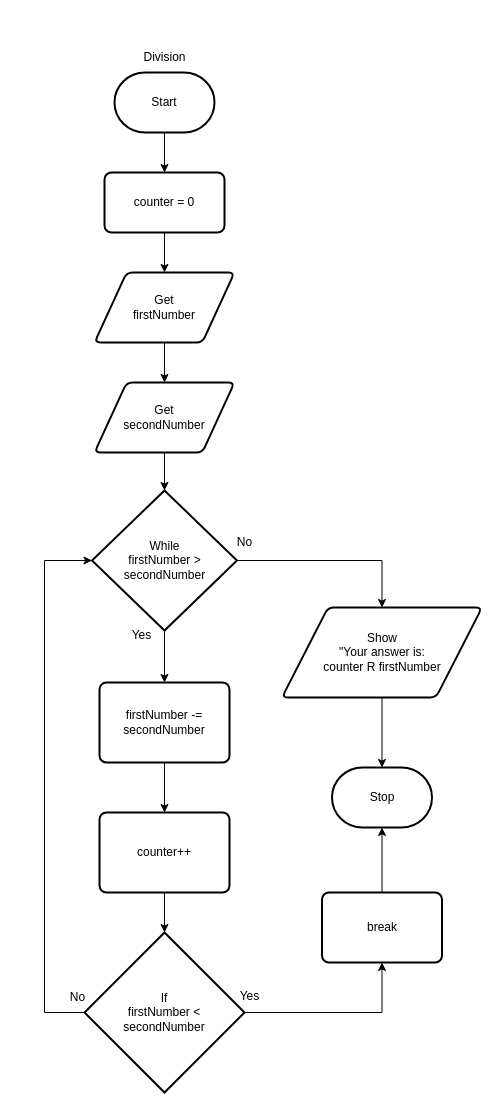
Before: design/flowchart.drawio in MTHS-ICD2O-1-2024/ICD2O-Unit-5-08-Ain-Jeong, a draw.io diagram. Source tidied: cells renumbered, new cells numbered last; positions are measured from the earlier drawing's top-left corner, leaving out a move shared by most shapes. Both pictures are drawn from the tidied source at 100%, with x=0, y=0 at pixel (44, 42).
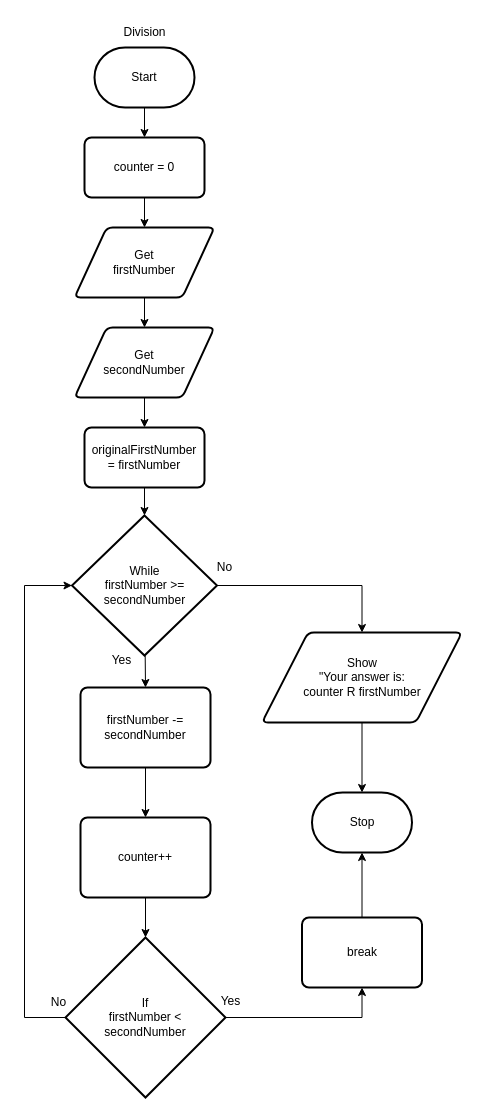
The same diagram, later.

The edit, as a diff of the source:
```diff
@@
     <mxCell id="3" value="Start" style="strokeWidth=2;html=1;shape=mxgraph.flowchart.terminator;whiteSpace=wrap;" parent="1" vertex="1">
-      <mxGeometry x="70" y="30" width="100" height="60" as="geometry" />
+      <mxGeometry x="50" y="5" width="100" height="60" as="geometry" />
     </mxCell>
     <mxCell id="4" value="Division" style="text;html=1;align=center;verticalAlign=middle;strokeColor=none;fillColor=none;" parent="1" vertex="1">
-      <mxGeometry x="85" width="70" height="30" as="geometry" />
+      <mxGeometry x="65" y="-25" width="70" height="30" as="geometry" />
     </mxCell>
@@
     <mxCell id="6" value="counter = 0" style="rounded=1;whiteSpace=wrap;html=1;absoluteArcSize=1;arcSize=14;strokeWidth=2;" parent="1" vertex="1">
-      <mxGeometry x="60" y="130" width="120" height="60" as="geometry" />
+      <mxGeometry x="40" y="95" width="120" height="60" as="geometry" />
     </mxCell>
@@
     <mxCell id="8" value="Get&lt;div&gt;firstNumber&lt;/div&gt;" style="shape=parallelogram;html=1;strokeWidth=2;perimeter=parallelogramPerimeter;whiteSpace=wrap;rounded=1;arcSize=12;size=0.23;" parent="1" vertex="1">
-      <mxGeometry x="50" y="230" width="140" height="70" as="geometry" />
+      <mxGeometry x="30" y="185" width="140" height="70" as="geometry" />
     </mxCell>
+    <mxCell id="30" style="edgeStyle=none;html=1;entryX=0.5;entryY=0;entryDx=0;entryDy=0;" parent="1" edge="1" source="9" target="31">
+      <mxGeometry relative="1" as="geometry" />
+    </mxCell>
     <mxCell id="9" value="Get&lt;div&gt;secondNumber&lt;/div&gt;" style="shape=parallelogram;html=1;strokeWidth=2;perimeter=parallelogramPerimeter;whiteSpace=wrap;rounded=1;arcSize=12;size=0.23;" parent="1" vertex="1">
-      <mxGeometry x="50" y="340" width="140" height="70" as="geometry" />
+      <mxGeometry x="30" y="285" width="140" height="70" as="geometry" />
     </mxCell>
@@
-    <mxCell id="12" value="While&lt;div&gt;firstNumber &amp;gt;&lt;/div&gt;&lt;div&gt;secondNumber&lt;/div&gt;" style="strokeWidth=2;html=1;shape=mxgraph.flowchart.decision;whiteSpace=wrap;" parent="1" vertex="1">
-      <mxGeometry x="47.5" y="448" width="145" height="140" as="geometry" />
+    <mxCell id="12" value="While&lt;div&gt;firstNumber &amp;gt;=&lt;/div&gt;&lt;div&gt;secondNumber&lt;/div&gt;" style="strokeWidth=2;html=1;shape=mxgraph.flowchart.decision;whiteSpace=wrap;" parent="1" vertex="1">
+      <mxGeometry x="27.5" y="473" width="145" height="140" as="geometry" />
     </mxCell>
     <mxCell id="13" value="Show&lt;div&gt;&quot;Your answer is:&lt;/div&gt;&lt;div&gt;counter R firstNumber&lt;/div&gt;" style="shape=parallelogram;html=1;strokeWidth=2;perimeter=parallelogramPerimeter;whiteSpace=wrap;rounded=1;arcSize=12;size=0.23;" parent="1" vertex="1">
-      <mxGeometry x="237.5" y="565" width="200" height="90" as="geometry" />
+      <mxGeometry x="217.5" y="590" width="200" height="90" as="geometry" />
     </mxCell>
     <mxCell id="14" value="Stop" style="strokeWidth=2;html=1;shape=mxgraph.flowchart.terminator;whiteSpace=wrap;" parent="1" vertex="1">
-      <mxGeometry x="287.5" y="725" width="100" height="60" as="geometry" />
+      <mxGeometry x="267.5" y="750" width="100" height="60" as="geometry" />
     </mxCell>
-    <mxCell id="15" style="edgeStyle=none;html=1;entryX=0.5;entryY=0;entryDx=0;entryDy=0;entryPerimeter=0;" parent="1" edge="1" source="9" target="12">
-      <mxGeometry relative="1" as="geometry" />
-    </mxCell>
@@
     <mxCell id="17" value="Yes" style="text;html=1;align=center;verticalAlign=middle;strokeColor=none;fillColor=none;" parent="1" vertex="1">
-      <mxGeometry x="77" y="578" width="40" height="30" as="geometry" />
+      <mxGeometry x="57" y="603" width="40" height="30" as="geometry" />
     </mxCell>
     <mxCell id="18" value="No" style="text;html=1;align=center;verticalAlign=middle;strokeColor=none;fillColor=none;" parent="1" vertex="1">
-      <mxGeometry x="180" y="485" width="40" height="30" as="geometry" />
+      <mxGeometry x="160" y="510" width="40" height="30" as="geometry" />
     </mxCell>
@@
     <mxCell id="20" value="firstNumber -= secondNumber" style="rounded=1;whiteSpace=wrap;html=1;absoluteArcSize=1;arcSize=14;strokeWidth=2;" parent="1" vertex="1">
-      <mxGeometry x="55" y="640" width="130" height="80" as="geometry" />
+      <mxGeometry x="36" y="645" width="130" height="80" as="geometry" />
     </mxCell>
     <mxCell id="21" value="counter++" style="rounded=1;whiteSpace=wrap;html=1;absoluteArcSize=1;arcSize=14;strokeWidth=2;" parent="1" vertex="1">
-      <mxGeometry x="55" y="770" width="130" height="80" as="geometry" />
+      <mxGeometry x="36" y="775" width="130" height="80" as="geometry" />
     </mxCell>
@@
     <mxCell id="23" value="If&lt;div&gt;firstNumber &amp;lt;&lt;/div&gt;&lt;div&gt;secondNumber&lt;/div&gt;" style="strokeWidth=2;html=1;shape=mxgraph.flowchart.decision;whiteSpace=wrap;" parent="1" vertex="1">
-      <mxGeometry x="40" y="890" width="160" height="160" as="geometry" />
+      <mxGeometry x="21" y="895" width="160" height="160" as="geometry" />
     </mxCell>
     <mxCell id="24" value="break" style="rounded=1;whiteSpace=wrap;html=1;absoluteArcSize=1;arcSize=14;strokeWidth=2;" parent="1" vertex="1">
-      <mxGeometry x="277.5" y="850" width="120" height="70" as="geometry" />
+      <mxGeometry x="257.5" y="875" width="120" height="70" as="geometry" />
     </mxCell>
@@
-    <mxCell id="26" style="edgeStyle=orthogonalEdgeStyle;html=1;entryX=0;entryY=0.5;entryDx=0;entryDy=0;entryPerimeter=0;rounded=0;curved=0;" parent="1" edge="1" source="23" target="12">
+    <mxCell id="26" style="edgeStyle=orthogonalEdgeStyle;html=1;entryX=0;entryY=0.5;entryDx=0;entryDy=0;entryPerimeter=0;rounded=0;curved=0;exitX=0.708;exitY=1;exitDx=0;exitDy=0;exitPerimeter=0;" parent="1" edge="1" source="29" target="12">
       <mxGeometry relative="1" as="geometry">
         <Array as="points">
-          <mxPoint y="970" />
-          <mxPoint y="518" />
+          <mxPoint x="-20" y="975" />
+          <mxPoint x="-20" y="543" />
         </Array>
       </mxGeometry>
     </mxCell>
@@
     <mxCell id="28" value="Yes" style="text;html=1;align=center;verticalAlign=middle;strokeColor=none;fillColor=none;" parent="1" vertex="1">
-      <mxGeometry x="185" y="939" width="40" height="30" as="geometry" />
+      <mxGeometry x="166" y="944" width="40" height="30" as="geometry" />
     </mxCell>
     <mxCell id="29" value="No" style="text;html=1;align=center;verticalAlign=middle;points=[];strokeColor=none;fillColor=none;" parent="1" vertex="1">
-      <mxGeometry x="13" y="940" width="40" height="30" as="geometry" />
+      <mxGeometry x="-6" y="945" width="40" height="30" as="geometry" />
     </mxCell>
+    <mxCell id="31" value="originalFirstNumber&lt;div&gt;= firstNumber&lt;/div&gt;" style="rounded=1;whiteSpace=wrap;html=1;absoluteArcSize=1;arcSize=14;strokeWidth=2;" parent="1" vertex="1">
+      <mxGeometry x="40" y="385" width="120" height="60" as="geometry" />
+    </mxCell>
+    <mxCell id="32" style="edgeStyle=none;html=1;entryX=0.5;entryY=0;entryDx=0;entryDy=0;entryPerimeter=0;" parent="1" edge="1" source="31" target="12">
+      <mxGeometry relative="1" as="geometry" />
+    </mxCell>
```
